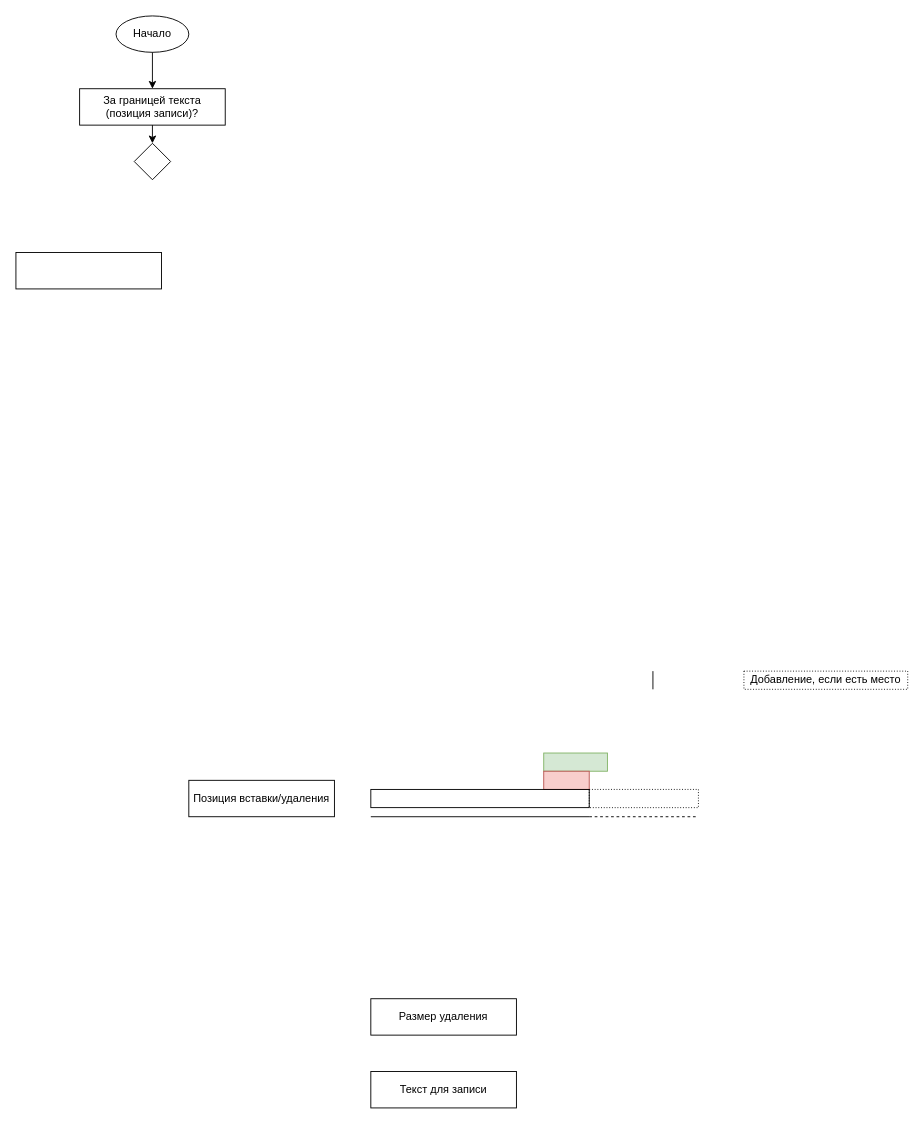
The draw.io diagram page "Удаление и запись" (6 of 6) of _Doc/LPM_class_component_diagram.drawio in Teslatec/LPM_Editor, before the edit. Source tidied: cells renumbered, new cells numbered last; positions are measured from the earlier drawing's top-left corner, leaving out a move shared by most shapes. Both pictures are drawn from the tidied source at 91%, with x=0, y=0 at pixel (15, 15).
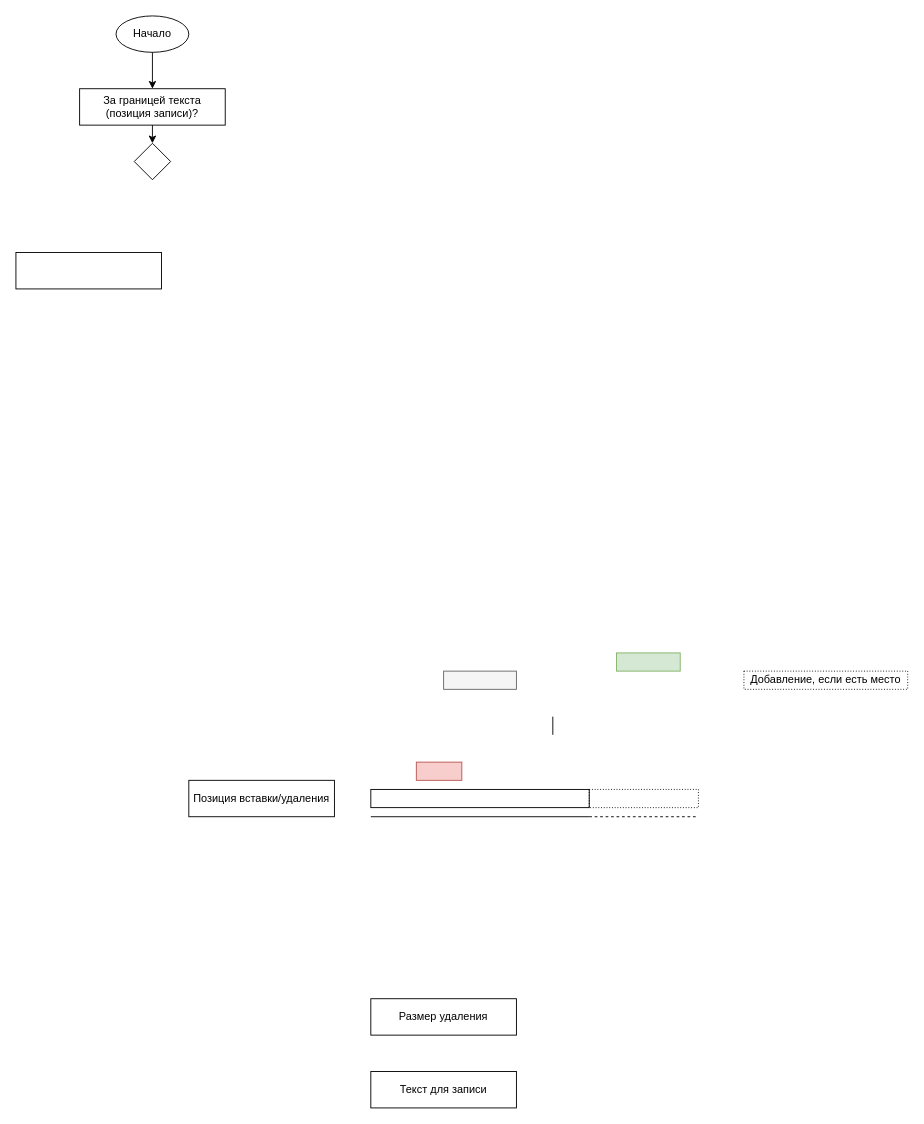
After the change.

The edit, as a diff of the source:
```diff
@@
     <mxCell id="2" style="rounded=0;whiteSpace=wrap;html=1;strokeColor=#82b366;fillColor=#d5e8d4;" parent="1" vertex="1">
-      <mxGeometry x="580" y="810" width="70" height="20" as="geometry" />
+      <mxGeometry x="660" y="700" width="70" height="20" as="geometry" />
     </mxCell>
     <mxCell id="3" style="rounded=0;whiteSpace=wrap;html=1;strokeColor=#b85450;fillColor=#f8cecc;" parent="1" vertex="1">
-      <mxGeometry x="580" y="830" width="50" height="20" as="geometry" />
+      <mxGeometry x="440" y="820" width="50" height="20" as="geometry" />
     </mxCell>
@@
     <mxCell id="12" style="endArrow=none;html=1;" parent="1" edge="1">
       <mxGeometry relative="1" as="geometry">
-        <mxPoint x="700" y="740" as="sourcePoint" />
-        <mxPoint x="700" y="720" as="targetPoint" />
+        <mxPoint x="590" y="790" as="sourcePoint" />
+        <mxPoint x="590" y="770" as="targetPoint" />
       </mxGeometry>
     </mxCell>
@@
+    <mxCell id="19" style="rounded=0;whiteSpace=wrap;html=1;strokeColor=#666666;fillColor=#f5f5f5;fontColor=#333333;" parent="1" vertex="1">
+      <mxGeometry x="470" y="720" width="80" height="20" as="geometry" />
+    </mxCell>
```
